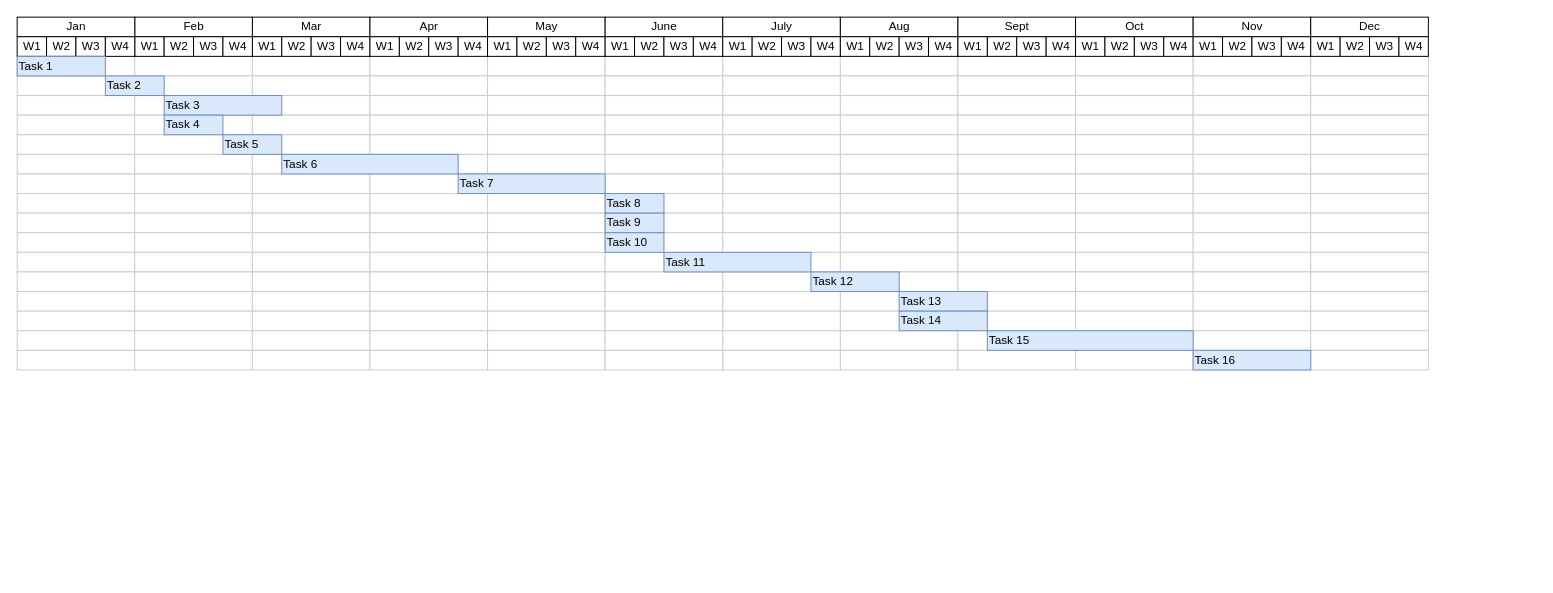
Before: page "Release Schedule" (2 of 2) of 未命名绘图.drawio in waynechungvs/salesforce-ci-cd-org-dev, a draw.io diagram. Source tidied: cells renumbered, new cells numbered last; positions are measured from the earlier drawing's top-left corner, leaving out a move shared by most shapes. Both pictures are drawn from the tidied source at 98%, with x=0, y=0 at pixel (17, 17).
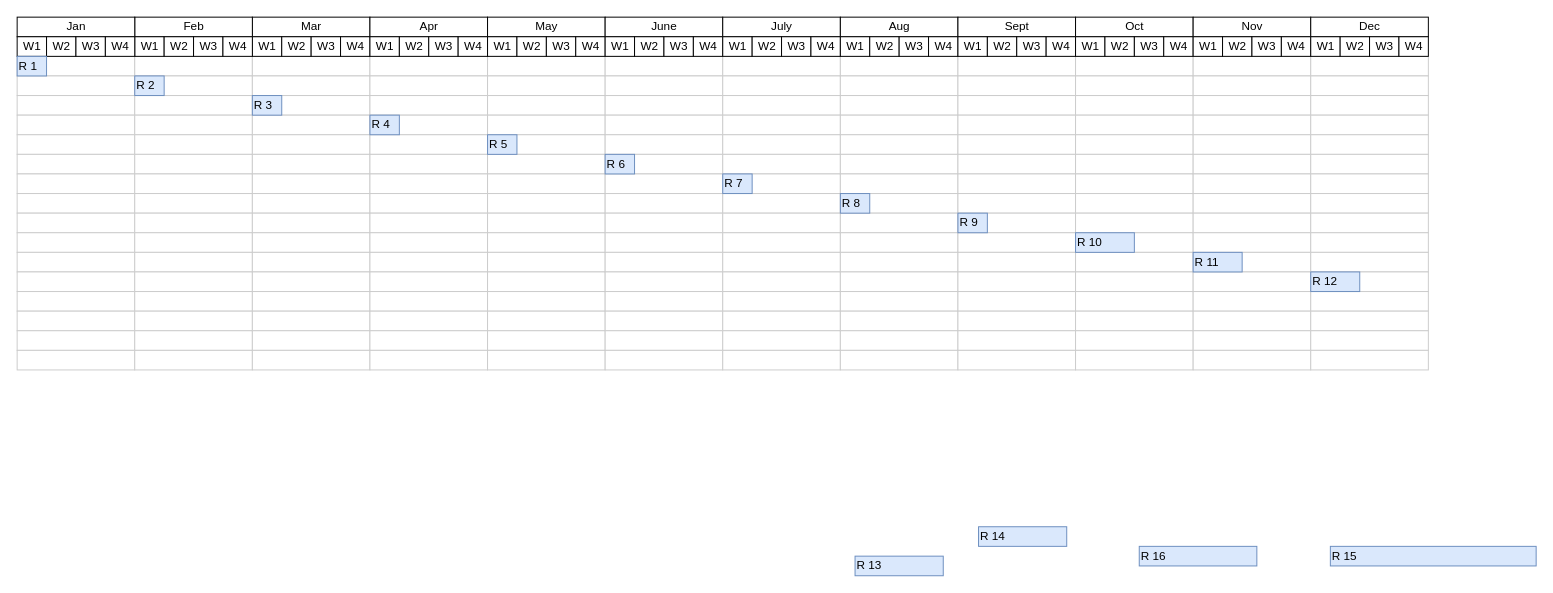
The same page after the edit.

What changed in the source:
```diff
@@
-    <mxCell id="254" value="Task 1" style="align=left;strokeColor=#6c8ebf;html=1;fillColor=#dae8fc;" parent="1" vertex="1">
-      <mxGeometry y="40" width="90" height="20" as="geometry" />
+    <mxCell id="254" value="R 1" style="align=left;strokeColor=#6c8ebf;html=1;fillColor=#dae8fc;" parent="1" vertex="1">
+      <mxGeometry y="40" width="30" height="20" as="geometry" />
     </mxCell>
-    <mxCell id="255" value="Task 2" style="align=left;strokeColor=#6c8ebf;html=1;fillColor=#dae8fc;" parent="1" vertex="1">
-      <mxGeometry x="90" y="60" width="60" height="20" as="geometry" />
+    <mxCell id="255" value="R 2" style="align=left;strokeColor=#6c8ebf;html=1;fillColor=#dae8fc;" parent="1" vertex="1">
+      <mxGeometry x="120" y="60" width="30" height="20" as="geometry" />
     </mxCell>
-    <mxCell id="256" value="Task 3" style="align=left;strokeColor=#6c8ebf;html=1;fillColor=#dae8fc;" parent="1" vertex="1">
-      <mxGeometry x="150" y="80" width="120" height="20" as="geometry" />
+    <mxCell id="256" value="R 3" style="align=left;strokeColor=#6c8ebf;html=1;fillColor=#dae8fc;" parent="1" vertex="1">
+      <mxGeometry x="240" y="80" width="30" height="20" as="geometry" />
     </mxCell>
-    <mxCell id="257" value="Task 4" style="align=left;strokeColor=#6c8ebf;html=1;fillColor=#dae8fc;" parent="1" vertex="1">
-      <mxGeometry x="150" y="100" width="60" height="20" as="geometry" />
+    <mxCell id="257" value="R 4" style="align=left;strokeColor=#6c8ebf;html=1;fillColor=#dae8fc;" parent="1" vertex="1">
+      <mxGeometry x="360" y="100" width="30" height="20" as="geometry" />
     </mxCell>
-    <mxCell id="258" value="Task 5" style="align=left;strokeColor=#6c8ebf;html=1;fillColor=#dae8fc;" parent="1" vertex="1">
-      <mxGeometry x="210" y="120" width="60" height="20" as="geometry" />
+    <mxCell id="258" value="R 5" style="align=left;strokeColor=#6c8ebf;html=1;fillColor=#dae8fc;" parent="1" vertex="1">
+      <mxGeometry x="480" y="120" width="30" height="20" as="geometry" />
     </mxCell>
-    <mxCell id="259" value="Task 6" style="align=left;strokeColor=#6c8ebf;html=1;fillColor=#dae8fc;" parent="1" vertex="1">
-      <mxGeometry x="270" y="140" width="180" height="20" as="geometry" />
+    <mxCell id="259" value="R 6" style="align=left;strokeColor=#6c8ebf;html=1;fillColor=#dae8fc;" parent="1" vertex="1">
+      <mxGeometry x="600" y="140" width="30" height="20" as="geometry" />
     </mxCell>
-    <mxCell id="260" value="Task 7" style="align=left;strokeColor=#6c8ebf;html=1;fillColor=#dae8fc;" parent="1" vertex="1">
-      <mxGeometry x="450" y="160" width="150" height="20" as="geometry" />
+    <mxCell id="260" value="R 7" style="align=left;strokeColor=#6c8ebf;html=1;fillColor=#dae8fc;" parent="1" vertex="1">
+      <mxGeometry x="720" y="160" width="30" height="20" as="geometry" />
     </mxCell>
-    <mxCell id="261" value="Task 8" style="align=left;strokeColor=#6c8ebf;html=1;fillColor=#dae8fc;" parent="1" vertex="1">
-      <mxGeometry x="600" y="180" width="60" height="20" as="geometry" />
+    <mxCell id="261" value="R 8" style="align=left;strokeColor=#6c8ebf;html=1;fillColor=#dae8fc;" parent="1" vertex="1">
+      <mxGeometry x="840" y="180" width="30" height="20" as="geometry" />
     </mxCell>
-    <mxCell id="262" value="Task 9" style="align=left;strokeColor=#6c8ebf;html=1;fillColor=#dae8fc;" parent="1" vertex="1">
-      <mxGeometry x="600" y="200" width="60" height="20" as="geometry" />
+    <mxCell id="262" value="R 9" style="align=left;strokeColor=#6c8ebf;html=1;fillColor=#dae8fc;" parent="1" vertex="1">
+      <mxGeometry x="960" y="200" width="30" height="20" as="geometry" />
     </mxCell>
-    <mxCell id="263" value="Task 10" style="align=left;strokeColor=#6c8ebf;html=1;fillColor=#dae8fc;" parent="1" vertex="1">
-      <mxGeometry x="600" y="220" width="60" height="20" as="geometry" />
+    <mxCell id="263" value="R 10" style="align=left;strokeColor=#6c8ebf;html=1;fillColor=#dae8fc;" parent="1" vertex="1">
+      <mxGeometry x="1080" y="220" width="60" height="20" as="geometry" />
     </mxCell>
-    <mxCell id="264" value="Task 11" style="align=left;strokeColor=#6c8ebf;html=1;fillColor=#dae8fc;" parent="1" vertex="1">
-      <mxGeometry x="660" y="240" width="150" height="20" as="geometry" />
+    <mxCell id="264" value="R 11" style="align=left;strokeColor=#6c8ebf;html=1;fillColor=#dae8fc;" parent="1" vertex="1">
+      <mxGeometry x="1200" y="240" width="50" height="20" as="geometry" />
     </mxCell>
-    <mxCell id="265" value="Task 12" style="align=left;strokeColor=#6c8ebf;html=1;fillColor=#dae8fc;" parent="1" vertex="1">
-      <mxGeometry x="810" y="260" width="90" height="20" as="geometry" />
+    <mxCell id="265" value="R 12" style="align=left;strokeColor=#6c8ebf;html=1;fillColor=#dae8fc;" parent="1" vertex="1">
+      <mxGeometry x="1320" y="260" width="50" height="20" as="geometry" />
     </mxCell>
-    <mxCell id="266" value="Task 13" style="align=left;strokeColor=#6c8ebf;html=1;fillColor=#dae8fc;" parent="1" vertex="1">
-      <mxGeometry x="900" y="280" width="90" height="20" as="geometry" />
+    <mxCell id="266" value="R 13" style="align=left;strokeColor=#6c8ebf;html=1;fillColor=#dae8fc;" parent="1" vertex="1">
+      <mxGeometry x="855" y="550" width="90" height="20" as="geometry" />
     </mxCell>
-    <mxCell id="267" value="Task 14" style="align=left;strokeColor=#6c8ebf;html=1;fillColor=#dae8fc;" parent="1" vertex="1">
-      <mxGeometry x="900" y="300" width="90" height="20" as="geometry" />
+    <mxCell id="267" value="R 14" style="align=left;strokeColor=#6c8ebf;html=1;fillColor=#dae8fc;" parent="1" vertex="1">
+      <mxGeometry x="981" y="520" width="90" height="20" as="geometry" />
     </mxCell>
-    <mxCell id="268" value="Task 15" style="align=left;strokeColor=#6c8ebf;html=1;fillColor=#dae8fc;" parent="1" vertex="1">
-      <mxGeometry x="990" y="320" width="210" height="20" as="geometry" />
+    <mxCell id="268" value="R 15" style="align=left;strokeColor=#6c8ebf;html=1;fillColor=#dae8fc;" parent="1" vertex="1">
+      <mxGeometry x="1340" y="540" width="210" height="20" as="geometry" />
     </mxCell>
-    <mxCell id="269" value="Task 16" style="align=left;strokeColor=#6c8ebf;html=1;fillColor=#dae8fc;" parent="1" vertex="1">
-      <mxGeometry x="1200" y="340" width="120" height="20" as="geometry" />
+    <mxCell id="269" value="R 16" style="align=left;strokeColor=#6c8ebf;html=1;fillColor=#dae8fc;" parent="1" vertex="1">
+      <mxGeometry x="1145" y="540" width="120" height="20" as="geometry" />
     </mxCell>
```
